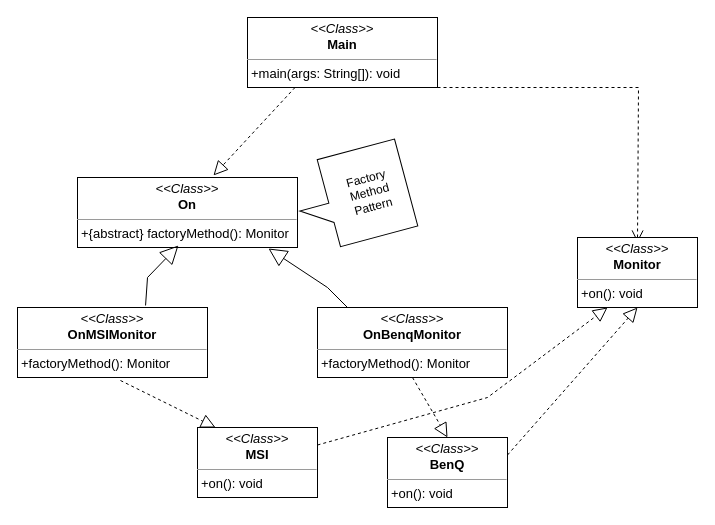
Earlier version of the draw.io diagram src/main/java/patterns/factoryMethod/factorymethod.drawio (ransuum/RepetitionMaterial). Source tidied: cells renumbered, new cells numbered last; positions are measured from the earlier drawing's top-left corner, leaving out a move shared by most shapes. Both pictures are drawn from the tidied source at 100%, with x=0, y=0 at pixel (17, 17).
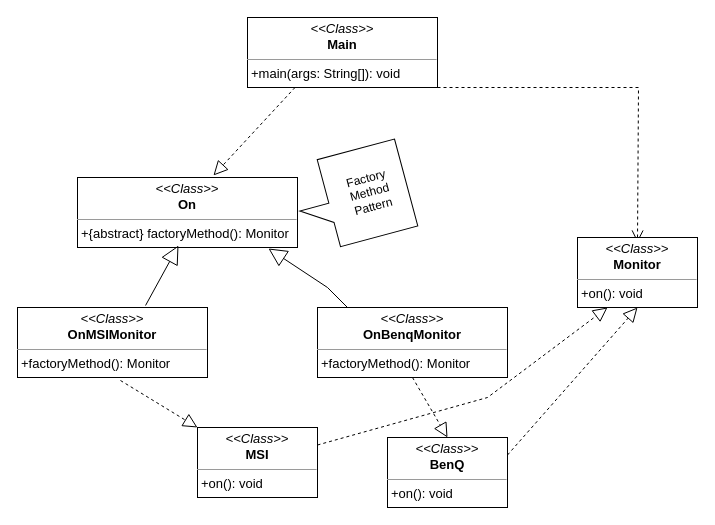
The same page after the edit.

Unchanged cells that the change refers to:
```xml
<mxCell id="4" value="&lt;p style=&quot;margin: 4px 0px 0px; text-align: center; font-size: 13px;&quot;&gt;&lt;font style=&quot;font-size: 13px;&quot;&gt;&lt;i style=&quot;&quot;&gt;&amp;lt;&amp;lt;Class&amp;gt;&amp;gt;&lt;/i&gt;&lt;br&gt;&lt;b style=&quot;&quot;&gt;On&lt;/b&gt;&lt;/font&gt;&lt;/p&gt;&lt;hr style=&quot;font-size: 13px;&quot; size=&quot;1&quot;&gt;&lt;p style=&quot;margin: 0px 0px 0px 4px; font-size: 13px;&quot;&gt;&lt;font style=&quot;font-size: 13px;&quot;&gt;+{abstract} factoryMethod(): Monitor&lt;/font&gt;&lt;/p&gt;" style="verticalAlign=top;align=left;overflow=fill;fontSize=12;fontFamily=Helvetica;html=1;rounded=0;shadow=0;comic=0;labelBackgroundColor=none;strokeWidth=1;" parent="1" vertex="1">
  <mxGeometry x="60" y="160" width="220" height="70" as="geometry" />
</mxCell>
<mxCell id="5" value="&lt;p style=&quot;margin: 4px 0px 0px; text-align: center;&quot;&gt;&lt;font style=&quot;&quot;&gt;&lt;i style=&quot;font-size: 13px;&quot;&gt;&amp;lt;&amp;lt;Class&amp;gt;&amp;gt;&lt;/i&gt;&lt;br&gt;&lt;span style=&quot;font-size: 13px;&quot;&gt;&lt;b&gt;OnMSIMonitor&lt;/b&gt;&lt;/span&gt;&lt;br&gt;&lt;/font&gt;&lt;/p&gt;&lt;hr style=&quot;font-size: 13px;&quot; size=&quot;1&quot;&gt;&lt;p style=&quot;margin: 0px 0px 0px 4px; font-size: 13px;&quot;&gt;&lt;font style=&quot;font-size: 13px;&quot;&gt;+factoryMethod(): Monitor&lt;/font&gt;&lt;/p&gt;" style="verticalAlign=top;align=left;overflow=fill;fontSize=12;fontFamily=Helvetica;html=1;rounded=0;shadow=0;comic=0;labelBackgroundColor=none;strokeWidth=1;" parent="1" vertex="1">
  <mxGeometry y="290" width="190" height="70" as="geometry" />
</mxCell>
<mxCell id="6" value="&lt;p style=&quot;margin: 4px 0px 0px; text-align: center; font-size: 13px;&quot;&gt;&lt;font style=&quot;font-size: 13px;&quot;&gt;&lt;i style=&quot;&quot;&gt;&amp;lt;&amp;lt;Class&amp;gt;&amp;gt;&lt;/i&gt;&lt;br&gt;&lt;b&gt;MSI&lt;/b&gt;&lt;/font&gt;&lt;/p&gt;&lt;hr style=&quot;font-size: 13px;&quot; size=&quot;1&quot;&gt;&lt;p style=&quot;margin: 0px 0px 0px 4px; font-size: 13px;&quot;&gt;&lt;font style=&quot;font-size: 13px;&quot;&gt;+on(): void&lt;/font&gt;&lt;/p&gt;" style="verticalAlign=top;align=left;overflow=fill;fontSize=12;fontFamily=Helvetica;html=1;rounded=0;shadow=0;comic=0;labelBackgroundColor=none;strokeWidth=1;" parent="1" vertex="1">
  <mxGeometry x="180" y="410" width="120" height="70" as="geometry" />
</mxCell>
```

The edit, as a diff of the source:
```diff
@@
     <mxCell id="11" style="endArrow=block;endSize=16;endFill=0;html=1;rounded=0;exitX=0.674;exitY=-0.029;exitDx=0;exitDy=0;exitPerimeter=0;entryX=0.459;entryY=0.971;entryDx=0;entryDy=0;entryPerimeter=0;" parent="1" edge="1" source="5" target="4">
-      <mxGeometry x="0.57" y="-98" relative="1" as="geometry">
-        <Array as="points">
-          <mxPoint x="130" y="260" />
-        </Array>
-      </mxGeometry>
+      <mxGeometry x="0.57" y="-98" relative="1" as="geometry" />
     </mxCell>
@@
-    <mxCell id="13" style="endArrow=block;dashed=1;endFill=0;endSize=12;html=1;rounded=0;exitX=0.542;exitY=1.043;exitDx=0;exitDy=0;entryX=0.618;entryY=-0.029;entryDx=0;entryDy=0;entryPerimeter=0;exitPerimeter=0;" parent="1" edge="1" source="5">
-      <mxGeometry relative="1" as="geometry">
-        <mxPoint x="198" y="410" as="targetPoint" />
-      </mxGeometry>
+    <mxCell id="13" style="endArrow=block;dashed=1;endFill=0;endSize=12;html=1;rounded=0;exitX=0.542;exitY=1.043;exitDx=0;exitDy=0;entryX=0;entryY=0;entryDx=0;entryDy=0;exitPerimeter=0;" parent="1" edge="1" source="5" target="6">
+      <mxGeometry relative="1" as="geometry" />
     </mxCell>
```
